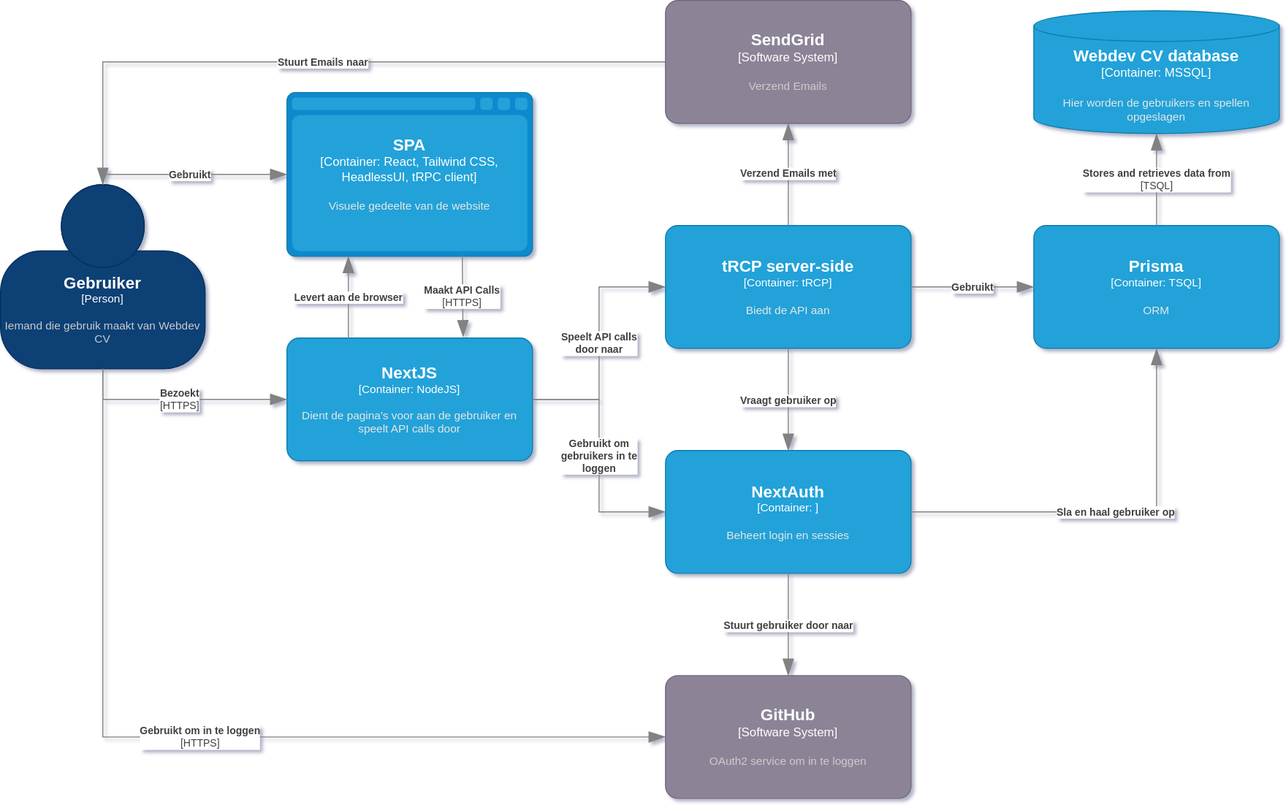
Before: docs/images/Container diagram.drawio.svg, a diagram exported from draw.io (dotBeFoRE/webdev). Source tidied: cells renumbered, new cells last; positions are measured from the earlier drawing's top-left corner, leaving out a move shared by most shapes.
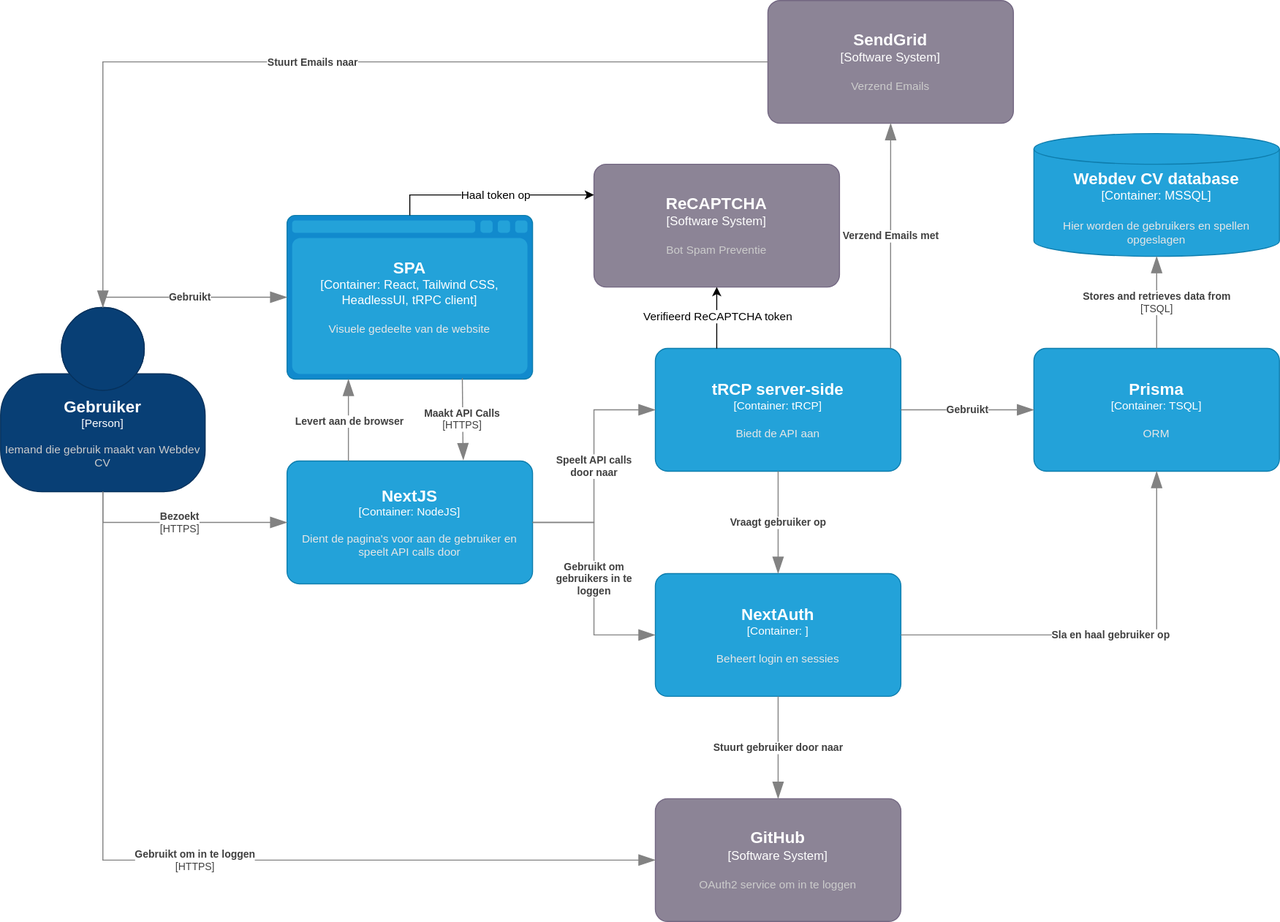
Later version of the same file.

Commit message:
Updated container diagram

The edit, as a diff of the source:
```diff
@@ -19,12 +19,12 @@
     </object>
     <object id="5" label="&lt;font style=&quot;font-size: 16px&quot;&gt;&lt;b&gt;%c4Name%&lt;/b&gt;&lt;/font&gt;&lt;div&gt;[%c4Type%: %c4Technology%]&lt;/div&gt;&lt;br&gt;&lt;div&gt;&lt;font style=&quot;font-size: 11px&quot;&gt;&lt;font color=&quot;#E6E6E6&quot;&gt;%c4Description%&lt;/font&gt;&lt;/div&gt;" c4Description="Beheert login en sessies" c4Name="NextAuth" c4Technology="" c4Type="Container" placeholders="1">
       <mxCell style="rounded=1;whiteSpace=wrap;html=1;fontSize=11;labelBackgroundColor=none;fillColor=#23A2D9;fontColor=#ffffff;align=center;arcSize=10;strokeColor=#0E7DAD;points=[[0.25,0,0],[0.5,0,0],[0.75,0,0],[1,0.25,0],[1,0.5,0],[1,0.75,0],[0.75,1,0],[0.5,1,0],[0.25,1,0],[0,0.75,0],[0,0.5,0],[0,0.25,0]];" parent="1" vertex="1">
-        <mxGeometry x="650" y="440" width="240" height="120" as="geometry" />
+        <mxGeometry x="640" y="440" width="240" height="120" as="geometry" />
       </mxCell>
     </object>
     <object id="6" label="&lt;font style=&quot;font-size: 16px&quot;&gt;&lt;b&gt;%c4Name%&lt;/b&gt;&lt;/font&gt;&lt;div&gt;[%c4Type%: %c4Technology%]&lt;/div&gt;&lt;br&gt;&lt;div&gt;&lt;font style=&quot;font-size: 11px&quot;&gt;&lt;font color=&quot;#E6E6E6&quot;&gt;%c4Description%&lt;/font&gt;&lt;/div&gt;" c4Description="Biedt de API aan" c4Name="tRCP server-side" c4Technology="tRCP" c4Type="Container" placeholders="1">
       <mxCell style="rounded=1;whiteSpace=wrap;html=1;fontSize=11;labelBackgroundColor=none;fillColor=#23A2D9;fontColor=#ffffff;align=center;arcSize=10;strokeColor=#0E7DAD;points=[[0.25,0,0],[0.5,0,0],[0.75,0,0],[1,0.25,0],[1,0.5,0],[1,0.75,0],[0.75,1,0],[0.5,1,0],[0.25,1,0],[0,0.75,0],[0,0.5,0],[0,0.25,0]];" parent="1" vertex="1">
-        <mxGeometry x="650" y="220" width="240" height="120" as="geometry" />
+        <mxGeometry x="640" y="220" width="240" height="120" as="geometry" />
       </mxCell>
     </object>
     <object id="7" label="&lt;font style=&quot;font-size: 16px&quot;&gt;&lt;b&gt;%c4Type%&lt;/b&gt;&lt;/font&gt;&lt;div&gt;[%c4Container%:&amp;nbsp;%c4Technology%]&lt;/div&gt;&lt;br&gt;&lt;div&gt;&lt;font style=&quot;font-size: 11px&quot;&gt;&lt;font color=&quot;#E6E6E6&quot;&gt;%c4Description%&lt;/font&gt;&lt;/div&gt;" c4Container="Container" c4Description="Hier worden de gebruikers en spellen opgeslagen" c4Technology="MSSQL" c4Type="Webdev CV database" placeholders="1">
@@ -34,12 +34,12 @@
     </object>
     <object id="8" label="&lt;font style=&quot;font-size: 16px&quot;&gt;&lt;b&gt;%c4Name%&lt;/b&gt;&lt;/font&gt;&lt;div&gt;[%c4Type%]&lt;/div&gt;&lt;br&gt;&lt;div&gt;&lt;font style=&quot;font-size: 11px&quot;&gt;&lt;font color=&quot;#cccccc&quot;&gt;%c4Description%&lt;/font&gt;&lt;/div&gt;" c4Description="OAuth2 service om in te loggen" c4Name="GitHub" c4Type="Software System" placeholders="1">
       <mxCell style="rounded=1;whiteSpace=wrap;html=1;labelBackgroundColor=none;fillColor=#8C8496;fontColor=#ffffff;align=center;arcSize=10;strokeColor=#736782;points=[[0.25,0,0],[0.5,0,0],[0.75,0,0],[1,0.25,0],[1,0.5,0],[1,0.75,0],[0.75,1,0],[0.5,1,0],[0.25,1,0],[0,0.75,0],[0,0.5,0],[0,0.25,0]];" parent="1" vertex="1">
-        <mxGeometry x="650" y="660" width="240" height="120" as="geometry" />
+        <mxGeometry x="640" y="660" width="240" height="120" as="geometry" />
       </mxCell>
     </object>
     <object id="9" label="&lt;font style=&quot;font-size: 16px&quot;&gt;&lt;b&gt;%c4Name%&lt;/b&gt;&lt;/font&gt;&lt;div&gt;[%c4Type%]&lt;/div&gt;&lt;br&gt;&lt;div&gt;&lt;font style=&quot;font-size: 11px&quot;&gt;&lt;font color=&quot;#cccccc&quot;&gt;%c4Description%&lt;/font&gt;&lt;/div&gt;" c4Description="Verzend Emails" c4Name="SendGrid" c4Type="Software System" placeholders="1">
       <mxCell style="rounded=1;whiteSpace=wrap;html=1;labelBackgroundColor=none;fillColor=#8C8496;fontColor=#ffffff;align=center;arcSize=10;strokeColor=#736782;points=[[0.25,0,0],[0.5,0,0],[0.75,0,0],[1,0.25,0],[1,0.5,0],[1,0.75,0],[0.75,1,0],[0.5,1,0],[0.25,1,0],[0,0.75,0],[0,0.5,0],[0,0.25,0]];" parent="1" vertex="1">
-        <mxGeometry x="650" width="240" height="120" as="geometry" />
+        <mxGeometry x="750" y="-120" width="240" height="120" as="geometry" />
       </mxCell>
     </object>
     <object id="10" label="&lt;div style=&quot;text-align: left&quot;&gt;&lt;div style=&quot;text-align: center&quot;&gt;&lt;b&gt;%c4Description%&lt;/b&gt;&lt;/div&gt;&lt;div style=&quot;text-align: center&quot;&gt;[%c4Technology%]&lt;/div&gt;&lt;/div&gt;" c4Description="Bezoekt" c4Technology="HTTPS" c4Type="Relationship" placeholders="1">
@@ -97,7 +97,7 @@
       </mxCell>
     </object>
     <object id="20" label="&lt;div style=&quot;text-align: left&quot;&gt;&lt;div style=&quot;text-align: center&quot;&gt;&lt;b&gt;%c4Description%&lt;/b&gt;&lt;/div&gt;" c4Description="Verzend Emails met" c4Type="Relationship" placeholders="1">
-      <mxCell style="endArrow=blockThin;html=1;fontSize=10;fontColor=#404040;strokeWidth=1;endFill=1;strokeColor=#828282;elbow=vertical;endSize=14;startSize=14;jumpStyle=arc;jumpSize=16;rounded=0;edgeStyle=orthogonalEdgeStyle;exitX=0.5;exitY=0;exitDx=0;exitDy=0;exitPerimeter=0;entryX=0.5;entryY=1;entryDx=0;entryDy=0;entryPerimeter=0;" parent="1" edge="1" source="6" target="9">
+      <mxCell style="endArrow=blockThin;html=1;fontSize=10;fontColor=#404040;strokeWidth=1;endFill=1;strokeColor=#828282;elbow=vertical;endSize=14;startSize=14;jumpStyle=arc;jumpSize=16;rounded=0;edgeStyle=orthogonalEdgeStyle;exitX=0.958;exitY=0;exitDx=0;exitDy=0;exitPerimeter=0;entryX=0.5;entryY=1;entryDx=0;entryDy=0;entryPerimeter=0;" parent="1" edge="1" source="6" target="9">
         <mxGeometry relative="1" as="geometry" />
       </mxCell>
     </object>
@@ -121,5 +121,22 @@
         <mxGeometry relative="1" as="geometry" />
       </mxCell>
     </object>
+    <object id="25" label="&lt;font style=&quot;font-size: 16px&quot;&gt;&lt;b&gt;%c4Name%&lt;/b&gt;&lt;/font&gt;&lt;div&gt;[%c4Type%]&lt;/div&gt;&lt;br&gt;&lt;div&gt;&lt;font style=&quot;font-size: 11px&quot;&gt;&lt;font color=&quot;#cccccc&quot;&gt;%c4Description%&lt;/font&gt;&lt;/div&gt;" c4Description="Bot Spam Preventie" c4Name="ReCAPTCHA" c4Type="Software System" placeholders="1">
+      <mxCell style="rounded=1;whiteSpace=wrap;html=1;labelBackgroundColor=none;fillColor=#8C8496;fontColor=#ffffff;align=center;arcSize=10;strokeColor=#736782;points=[[0.25,0,0],[0.5,0,0],[0.75,0,0],[1,0.25,0],[1,0.5,0],[1,0.75,0],[0.75,1,0],[0.5,1,0],[0.25,1,0],[0,0.75,0],[0,0.5,0],[0,0.25,0]];" parent="1" vertex="1">
+        <mxGeometry x="580" y="40" width="240" height="120" as="geometry" />
+      </mxCell>
+    </object>
+    <mxCell id="26" style="edgeStyle=orthogonalEdgeStyle;rounded=0;jettySize=auto;html=1;entryX=0.5;entryY=1;entryDx=0;entryDy=0;entryPerimeter=0;exitX=0.25;exitY=0;exitDx=0;exitDy=0;exitPerimeter=0;" parent="1" edge="1" source="6" target="25">
+      <mxGeometry relative="1" as="geometry" />
+    </mxCell>
+    <mxCell id="27" value="Verifieerd ReCAPTCHA token" style="edgeLabel;html=1;align=center;verticalAlign=middle;" parent="26" vertex="1">
+      <mxGeometry x="0.07" relative="1" as="geometry" />
+    </mxCell>
+    <mxCell id="28" style="edgeStyle=orthogonalEdgeStyle;rounded=0;jettySize=auto;html=1;entryX=0;entryY=0.25;entryDx=0;entryDy=0;entryPerimeter=0;exitX=0.5;exitY=0;exitDx=0;exitDy=0;exitPerimeter=0;" parent="1" edge="1" source="4" target="25">
+      <mxGeometry relative="1" as="geometry" />
+    </mxCell>
+    <mxCell id="29" value="Haal token op" style="edgeLabel;html=1;align=center;verticalAlign=middle;" parent="28" vertex="1">
+      <mxGeometry x="0.03" y="1" relative="1" as="geometry" />
+    </mxCell>
   </root>
 </mxGraphModel>
```
